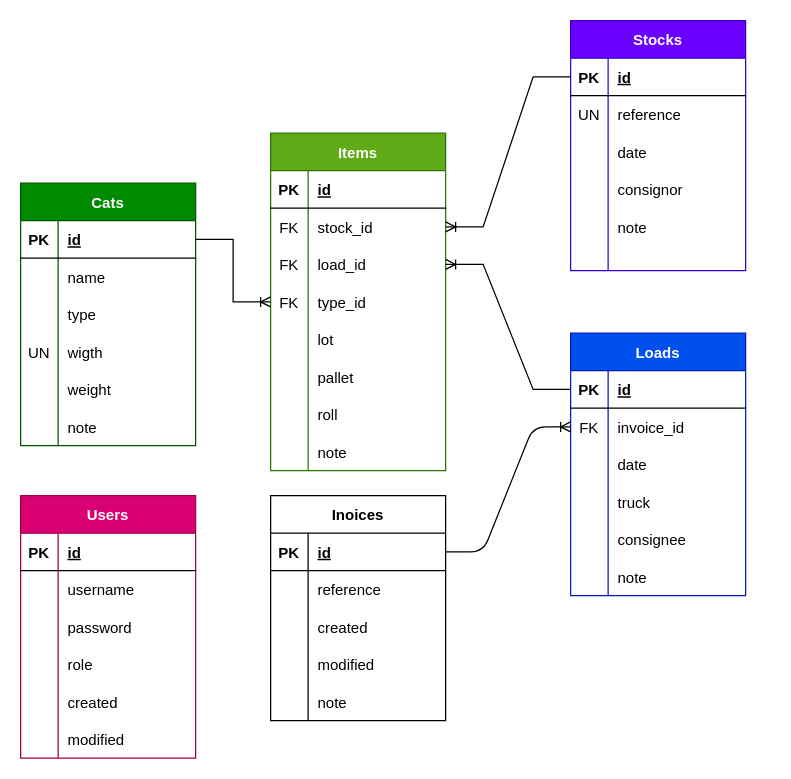
This is db_schema.drawio from bdoobd/evalam, a draw.io file, before an edit. Source tidied: cells renumbered, new cells numbered last; positions are measured from the earlier drawing's top-left corner, leaving out a move shared by most shapes. Both pictures are drawn from the tidied source at 125%, with x=0, y=0 at pixel (20, 20).
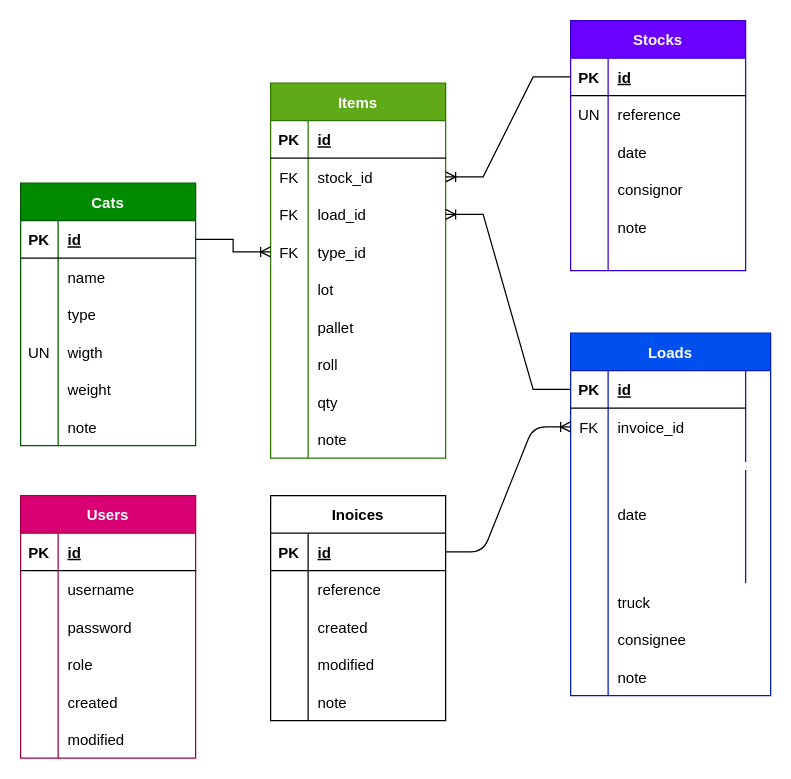
After the change.

Change to the diagram source:
```diff
@@
     <mxCell id="21" value="Items" style="shape=table;startSize=30;childLayout=tableLayout;rowLines=0;fontStyle=1;align=center;rounded=0;fillColor=#60a917;fontColor=#ffffff;strokeColor=#2D7600;gradientColor=none;shadow=0;" parent="1" vertex="1">
-      <mxGeometry x="200" y="90" width="140" height="270" as="geometry" />
+      <mxGeometry x="200" y="50" width="140" height="300" as="geometry" />
     </mxCell>
@@
+    <mxCell id="123" style="shape=tableRow;horizontal=0;startSize=0;swimlaneHead=0;swimlaneBody=0;fillColor=none;top=0;left=0;right=0;bottom=0;rounded=0;" parent="21" vertex="1">
+      <mxGeometry y="240" width="140" height="30" as="geometry" />
+    </mxCell>
+    <mxCell id="124" style="shape=partialRectangle;fillColor=none;top=0;left=0;bottom=0;right=0;overflow=hidden;rounded=0;" parent="123" vertex="1">
+      <mxGeometry width="30" height="30" as="geometry" />
+    </mxCell>
+    <mxCell id="125" value="qty" style="shape=partialRectangle;fillColor=none;top=0;left=0;bottom=0;right=0;align=left;spacingLeft=6;overflow=hidden;rounded=0;" parent="123" vertex="1">
+      <mxGeometry x="30" width="110" height="30" as="geometry" />
+    </mxCell>
     <mxCell id="43" style="shape=tableRow;horizontal=0;startSize=0;swimlaneHead=0;swimlaneBody=0;fillColor=none;top=0;left=0;right=0;bottom=0;rounded=0;" parent="21" vertex="1">
-      <mxGeometry y="240" width="140" height="30" as="geometry" />
+      <mxGeometry y="270" width="140" height="30" as="geometry" />
     </mxCell>
@@
     <mxCell id="46" value="Loads" style="shape=table;startSize=30;childLayout=tableLayout;rowLines=0;fontStyle=1;align=center;rounded=0;fillColor=#0050ef;fontColor=#ffffff;strokeColor=#001DBC;" parent="1" vertex="1">
-      <mxGeometry x="440" y="250" width="140" height="210" as="geometry" />
+      <mxGeometry x="440" y="250" width="160" height="290" as="geometry" />
     </mxCell>
@@
     <mxCell id="53" style="shape=tableRow;horizontal=0;startSize=0;swimlaneHead=0;swimlaneBody=0;fillColor=none;top=0;left=0;right=0;bottom=0;rounded=0;" parent="46" vertex="1">
-      <mxGeometry y="90" width="140" height="30" as="geometry" />
+      <mxGeometry y="90" width="140" height="110" as="geometry" />
     </mxCell>
     <mxCell id="54" style="shape=partialRectangle;fillColor=none;top=0;left=0;bottom=0;right=0;overflow=hidden;rounded=0;" parent="53" vertex="1">
-      <mxGeometry width="30" height="30" as="geometry" />
+      <mxGeometry width="30" height="110" as="geometry" />
     </mxCell>
     <mxCell id="55" value="date" style="shape=partialRectangle;fillColor=none;top=0;left=0;bottom=0;right=0;align=left;spacingLeft=6;overflow=hidden;rounded=0;" parent="53" vertex="1">
-      <mxGeometry x="30" width="110" height="30" as="geometry" />
+      <mxGeometry x="30" width="110" height="110" as="geometry" />
     </mxCell>
+    <mxCell id="126" value="Items" style="shape=table;startSize=30;childLayout=tableLayout;rowLines=0;fontStyle=1;align=center;rounded=0;fillColor=#60a917;fontColor=#ffffff;strokeColor=#2D7600;gradientColor=none;shadow=0;" parent="53" vertex="1">
+      <mxGeometry x="140" height="110" as="geometry" />
+    </mxCell>
     <mxCell id="56" style="shape=tableRow;horizontal=0;startSize=0;swimlaneHead=0;swimlaneBody=0;fillColor=none;top=0;left=0;right=0;bottom=0;rounded=0;" parent="46" vertex="1">
-      <mxGeometry y="120" width="140" height="30" as="geometry" />
+      <mxGeometry y="200" width="140" height="30" as="geometry" />
     </mxCell>
@@
     <mxCell id="59" style="shape=tableRow;horizontal=0;startSize=0;swimlaneHead=0;swimlaneBody=0;fillColor=none;top=0;left=0;right=0;bottom=0;rounded=0;" parent="46" vertex="1">
-      <mxGeometry y="150" width="140" height="30" as="geometry" />
+      <mxGeometry y="230" width="140" height="30" as="geometry" />
     </mxCell>
@@
     <mxCell id="62" style="shape=tableRow;horizontal=0;startSize=0;swimlaneHead=0;swimlaneBody=0;fillColor=none;top=0;left=0;right=0;bottom=0;rounded=0;" parent="46" vertex="1">
-      <mxGeometry y="180" width="140" height="30" as="geometry" />
+      <mxGeometry y="260" width="140" height="30" as="geometry" />
     </mxCell>
```
